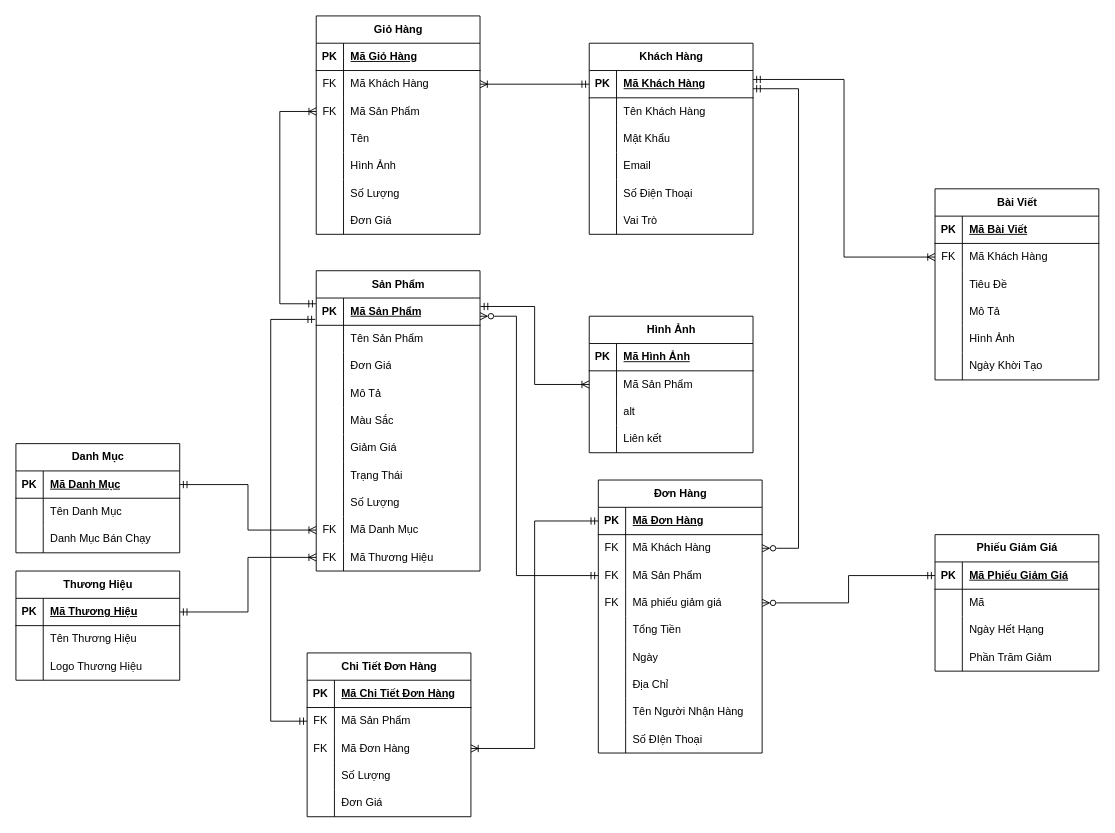
Earlier version of the draw.io diagram VN.drawio (Blion00/Blion00). Source tidied: cells renumbered, new cells numbered last; positions are measured from the earlier drawing's top-left corner, leaving out a move shared by most shapes. Both pictures are drawn from the tidied source at 91%, with x=0, y=0 at pixel (15, 15).
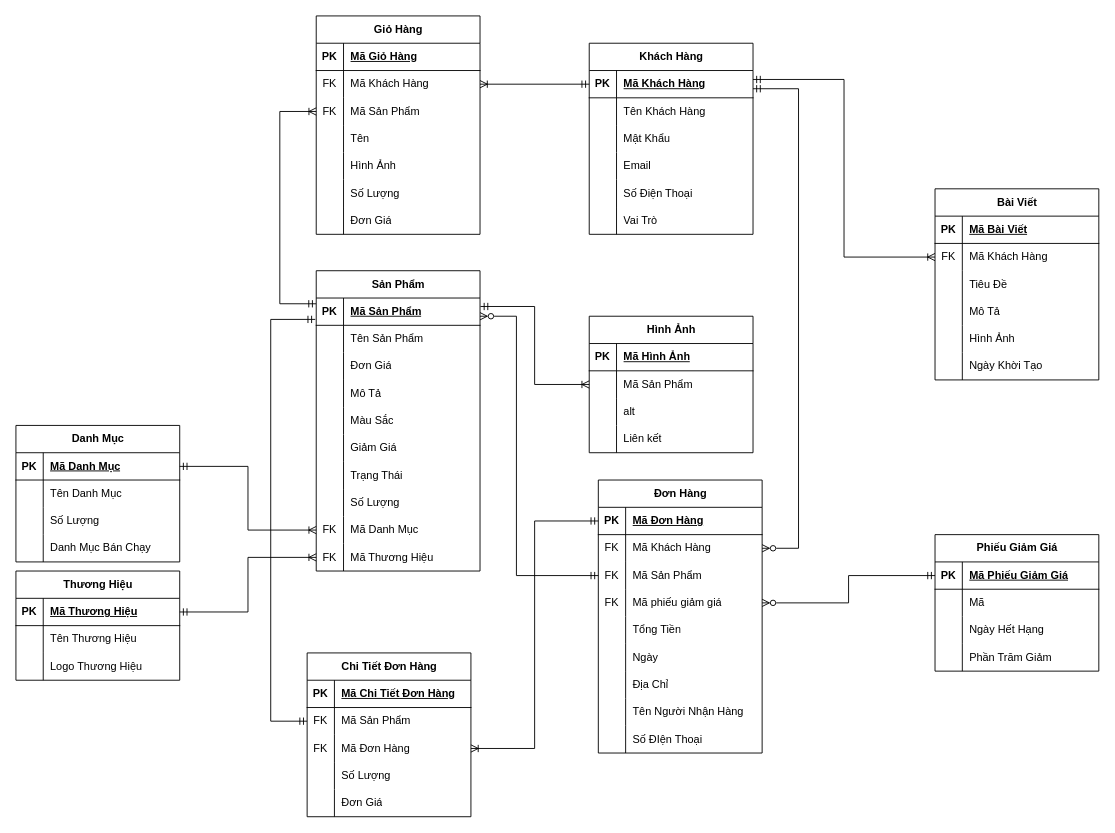
The same page after the edit.

What changed in the source:
```diff
@@
     <mxCell id="33" value="Danh Mục" style="shape=table;startSize=30;childLayout=tableLayout;rowLines=0;fontStyle=1;align=center;html=1;" parent="1" vertex="1">
-      <mxGeometry y="470" width="180" height="120" as="geometry" />
+      <mxGeometry y="450" width="180" height="150" as="geometry" />
     </mxCell>
@@
+    <mxCell id="194" style="shape=tableRow;horizontal=0;startSize=0;swimlaneHead=0;swimlaneBody=0;fillColor=none;top=0;left=0;right=0;bottom=0;" parent="33" vertex="1">
+      <mxGeometry y="90" width="180" height="30" as="geometry" />
+    </mxCell>
+    <mxCell id="195" style="shape=partialRectangle;fillColor=none;top=0;left=0;bottom=0;right=0;overflow=hidden;whiteSpace=wrap;html=1;" parent="194" vertex="1">
+      <mxGeometry width="30" height="30" as="geometry" />
+    </mxCell>
+    <mxCell id="196" value="Số Lượng" style="shape=partialRectangle;fillColor=none;top=0;left=0;bottom=0;right=0;align=left;spacingLeft=6;overflow=hidden;whiteSpace=wrap;html=1;" parent="194" vertex="1">
+      <mxGeometry x="30" width="150" height="30" as="geometry" />
+    </mxCell>
     <mxCell id="40" style="shape=tableRow;horizontal=0;startSize=0;swimlaneHead=0;swimlaneBody=0;fillColor=none;top=0;left=0;right=0;bottom=0;" parent="33" vertex="1">
-      <mxGeometry y="90" width="180" height="30" as="geometry" />
+      <mxGeometry y="120" width="180" height="30" as="geometry" />
     </mxCell>
```
